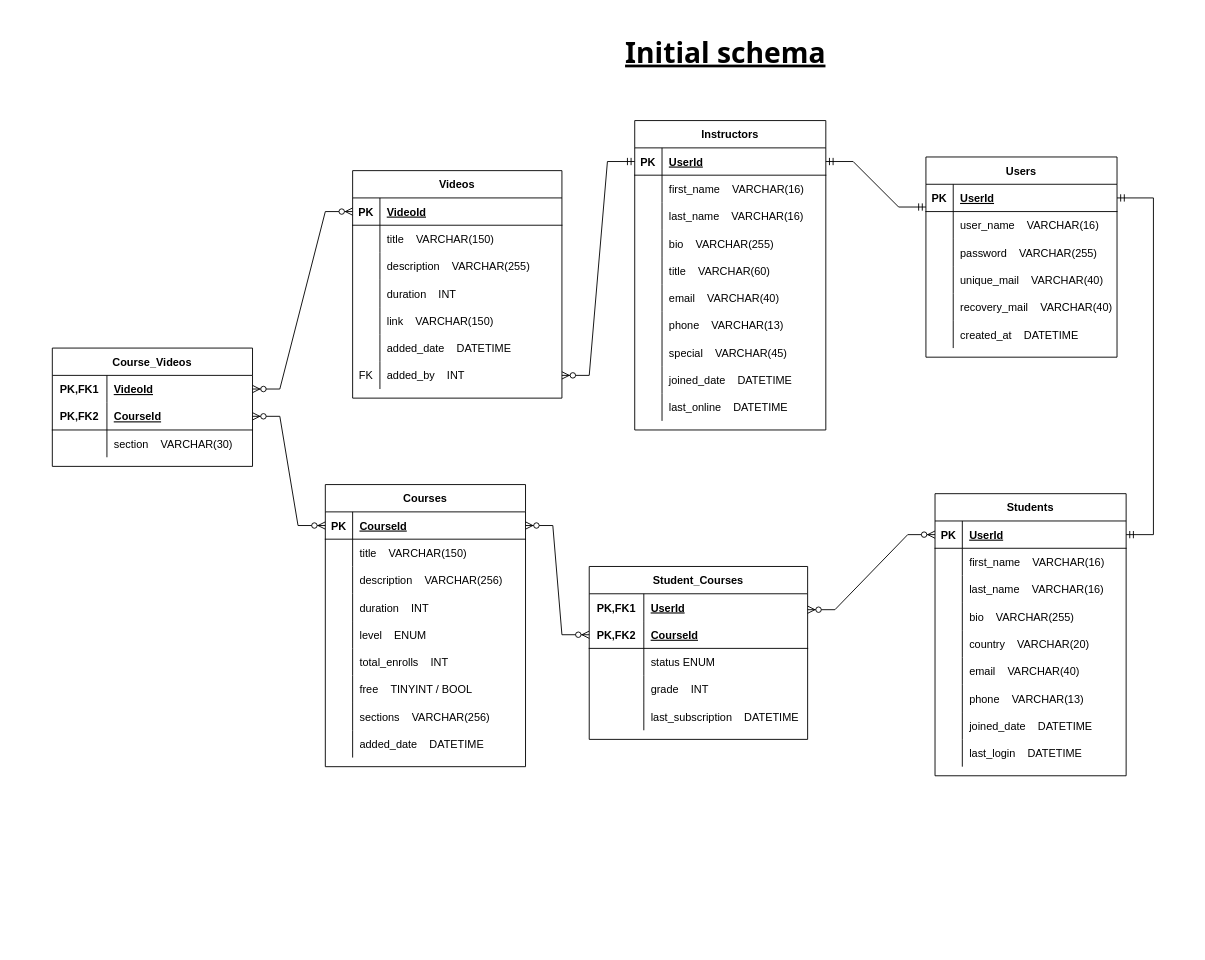
Before: docs/OnlineClassSystem.drawio in Hantanz/OnlineTutoringSystem, a draw.io diagram. Source tidied: cells renumbered, new cells numbered last; positions are measured from the earlier drawing's top-left corner, leaving out a move shared by most shapes. Both pictures are drawn from the tidied source at 91%, with x=0, y=0 at pixel (52, 15).
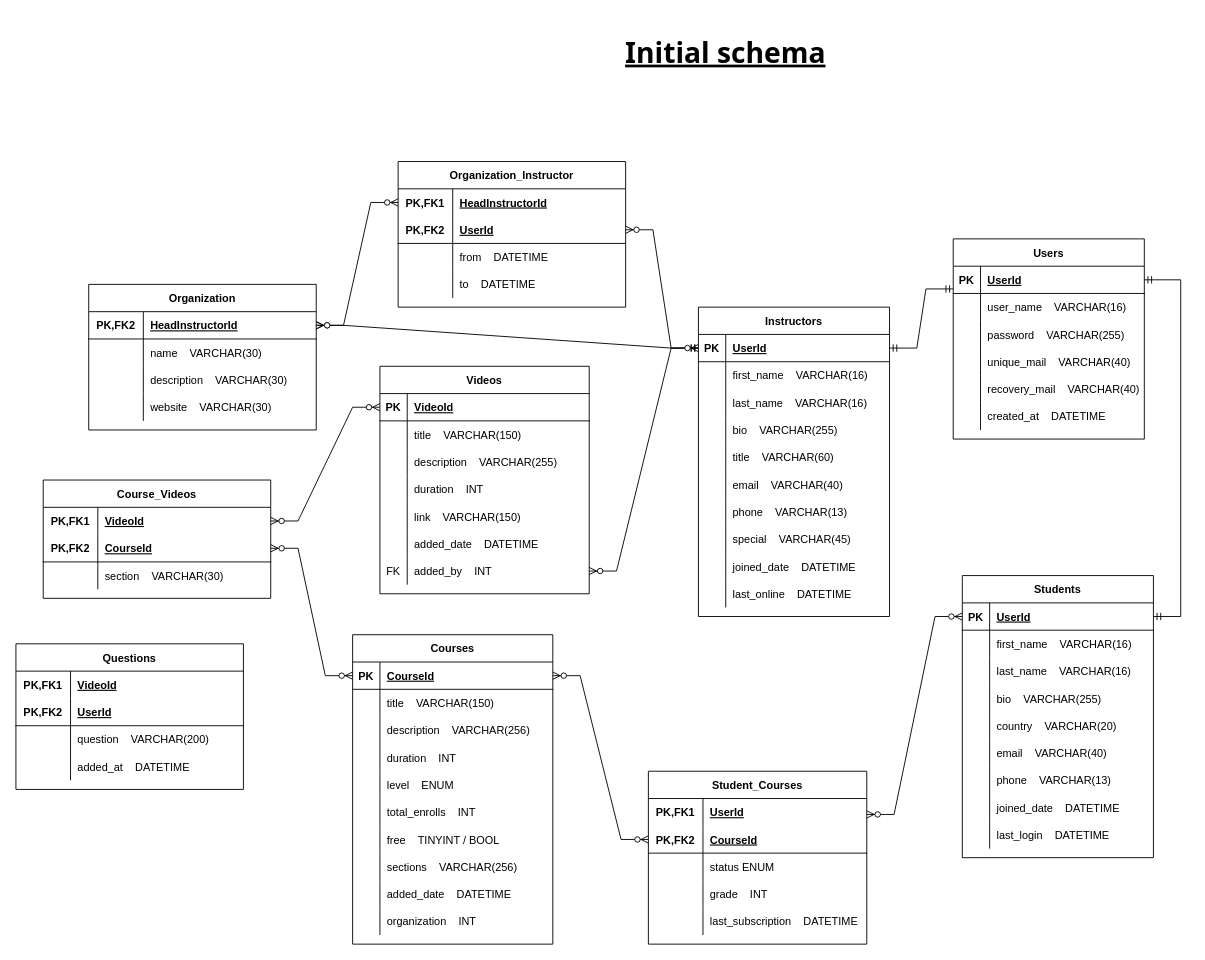
The same page after the edit.

Unchanged cells that the change refers to:
```xml
<mxCell id="3" style="shape=tableRow;horizontal=0;startSize=0;swimlaneHead=0;swimlaneBody=0;fillColor=none;points=[[0,0.5],[1,0.5]];portConstraint=eastwest;top=0;left=0;right=0;bottom=1;" parent="2" vertex="1">
  <mxGeometry y="30" width="210" height="30" as="geometry" />
</mxCell>
<mxCell id="143" style="shape=tableRow;horizontal=0;startSize=0;swimlaneHead=0;swimlaneBody=0;fillColor=none;points=[[0,0.5],[1,0.5]];portConstraint=eastwest;top=0;left=0;right=0;bottom=1;" parent="142" vertex="1">
  <mxGeometry y="30" width="210" height="30" as="geometry" />
</mxCell>
```

Change to the diagram source:
```diff
@@
     <mxCell id="2" value="Instructors" style="shape=table;startSize=30;childLayout=tableLayout;rowLines=0;fontStyle=1;align=center;" parent="1" vertex="1">
-      <mxGeometry x="640" y="115" width="210" height="340" as="geometry" />
+      <mxGeometry x="710" y="320" width="210" height="340" as="geometry" />
     </mxCell>
@@
     <mxCell id="33" value="Students" style="shape=table;startSize=30;childLayout=tableLayout;rowLines=0;fontStyle=1;align=center;" parent="1" vertex="1">
-      <mxGeometry x="970" y="525" width="210" height="310" as="geometry" />
+      <mxGeometry x="1000" y="615" width="210" height="310" as="geometry" />
     </mxCell>
@@
     <mxCell id="61" value="Courses" style="shape=table;startSize=30;childLayout=tableLayout;rowLines=0;fontStyle=1;align=center;" parent="1" vertex="1">
-      <mxGeometry x="300" y="515" width="220" height="310" as="geometry" />
+      <mxGeometry x="330" y="680" width="220" height="340" as="geometry" />
     </mxCell>
@@
+    <mxCell id="164" style="shape=tableRow;horizontal=0;startSize=0;swimlaneHead=0;swimlaneBody=0;fillColor=none;top=0;left=0;right=0;bottom=0;" parent="61" vertex="1">
+      <mxGeometry y="300" width="220" height="30" as="geometry" />
+    </mxCell>
+    <mxCell id="165" style="shape=partialRectangle;fillColor=none;top=0;left=0;bottom=0;right=0;overflow=hidden;" parent="164" vertex="1">
+      <mxGeometry width="30" height="30" as="geometry" />
+    </mxCell>
+    <mxCell id="166" value="organization    INT" style="shape=partialRectangle;fillColor=none;top=0;left=0;bottom=0;right=0;align=left;spacingLeft=6;overflow=hidden;" parent="164" vertex="1">
+      <mxGeometry x="30" width="190" height="30" as="geometry" />
+    </mxCell>
     <mxCell id="89" value="Videos" style="shape=table;startSize=30;childLayout=tableLayout;rowLines=0;fontStyle=1;align=center;" parent="1" vertex="1">
-      <mxGeometry x="330" y="170" width="230" height="250" as="geometry" />
+      <mxGeometry x="360" y="385" width="230" height="250" as="geometry" />
     </mxCell>
@@
     <mxCell id="111" value="Student_Courses" style="shape=table;startSize=30;childLayout=tableLayout;rowLines=0;fontStyle=1;align=center;" parent="1" vertex="1">
-      <mxGeometry x="590" y="605" width="240" height="190" as="geometry" />
+      <mxGeometry x="655" y="830" width="240" height="190" as="geometry" />
     </mxCell>
@@
     <mxCell id="127" value="Course_Videos" style="shape=table;startSize=30;childLayout=tableLayout;rowLines=0;fontStyle=1;align=center;" parent="1" vertex="1">
-      <mxGeometry y="365" width="220" height="130" as="geometry" />
+      <mxGeometry x="-10" y="510" width="250" height="130" as="geometry" />
     </mxCell>
     <mxCell id="128" style="shape=tableRow;horizontal=0;startSize=0;swimlaneHead=0;swimlaneBody=0;fillColor=none;points=[[0,0.5],[1,0.5]];portConstraint=eastwest;top=0;left=0;right=0;bottom=0;" parent="127" vertex="1">
-      <mxGeometry y="30" width="220" height="30" as="geometry" />
+      <mxGeometry y="30" width="250" height="30" as="geometry" />
     </mxCell>
@@
     <mxCell id="130" value="VideoId" style="shape=partialRectangle;fillColor=none;top=0;left=0;bottom=0;right=0;align=left;spacingLeft=6;fontStyle=5;overflow=hidden;" parent="128" vertex="1">
-      <mxGeometry x="60" width="160" height="30" as="geometry" />
+      <mxGeometry x="60" width="190" height="30" as="geometry" />
     </mxCell>
     <mxCell id="131" style="shape=tableRow;horizontal=0;startSize=0;swimlaneHead=0;swimlaneBody=0;fillColor=none;points=[[0,0.5],[1,0.5]];portConstraint=eastwest;top=0;left=0;right=0;bottom=1;" parent="127" vertex="1">
-      <mxGeometry y="60" width="220" height="30" as="geometry" />
+      <mxGeometry y="60" width="250" height="30" as="geometry" />
     </mxCell>
@@
     <mxCell id="133" value="CourseId" style="shape=partialRectangle;fillColor=none;top=0;left=0;bottom=0;right=0;align=left;spacingLeft=6;fontStyle=5;overflow=hidden;" parent="131" vertex="1">
-      <mxGeometry x="60" width="160" height="30" as="geometry" />
+      <mxGeometry x="60" width="190" height="30" as="geometry" />
     </mxCell>
     <mxCell id="134" style="shape=tableRow;horizontal=0;startSize=0;swimlaneHead=0;swimlaneBody=0;fillColor=none;top=0;left=0;right=0;bottom=0;" parent="127" vertex="1">
-      <mxGeometry y="90" width="220" height="30" as="geometry" />
+      <mxGeometry y="90" width="250" height="30" as="geometry" />
     </mxCell>
@@
     <mxCell id="136" value="section    VARCHAR(30)" style="shape=partialRectangle;fillColor=none;top=0;left=0;bottom=0;right=0;align=left;spacingLeft=6;overflow=hidden;" parent="134" vertex="1">
-      <mxGeometry x="60" width="160" height="30" as="geometry" />
+      <mxGeometry x="60" width="190" height="30" as="geometry" />
     </mxCell>
@@
     <mxCell id="142" value="Users" style="shape=table;startSize=30;childLayout=tableLayout;rowLines=0;fontStyle=1;align=center;" parent="1" vertex="1">
-      <mxGeometry x="960" y="155" width="210" height="220" as="geometry" />
+      <mxGeometry x="990" y="245" width="210" height="220" as="geometry" />
     </mxCell>
@@
     <mxCell id="161" style="edgeStyle=entityRelationEdgeStyle;fontSize=12;html=1;endArrow=ERmandOne;startArrow=ERmandOne;rounded=0;entryX=1;entryY=0.5;entryDx=0;entryDy=0;" parent="1" edge="1" target="143">
       <mxGeometry relative="1" as="geometry">
-        <mxPoint x="1180" y="570" as="sourcePoint" />
+        <mxPoint x="1210" y="660" as="sourcePoint" />
       </mxGeometry>
     </mxCell>
@@
+    <mxCell id="167" value="Organization" style="shape=table;startSize=30;childLayout=tableLayout;rowLines=0;fontStyle=1;align=center;" parent="1" vertex="1">
+      <mxGeometry x="40" y="295" width="250" height="160" as="geometry" />
+    </mxCell>
+    <mxCell id="168" style="shape=tableRow;horizontal=0;startSize=0;swimlaneHead=0;swimlaneBody=0;fillColor=none;points=[[0,0.5],[1,0.5]];portConstraint=eastwest;top=0;left=0;right=0;bottom=1;" parent="167" vertex="1">
+      <mxGeometry y="30" width="250" height="30" as="geometry" />
+    </mxCell>
+    <mxCell id="169" value="PK,FK2" style="shape=partialRectangle;fillColor=none;top=0;left=0;bottom=0;right=0;fontStyle=1;overflow=hidden;" parent="168" vertex="1">
+      <mxGeometry width="60" height="30" as="geometry" />
+    </mxCell>
+    <mxCell id="170" value="HeadInstructorId" style="shape=partialRectangle;fillColor=none;top=0;left=0;bottom=0;right=0;align=left;spacingLeft=6;fontStyle=5;overflow=hidden;" parent="168" vertex="1">
+      <mxGeometry x="60" width="190" height="30" as="geometry" />
+    </mxCell>
+    <mxCell id="171" style="shape=tableRow;horizontal=0;startSize=0;swimlaneHead=0;swimlaneBody=0;fillColor=none;top=0;left=0;right=0;bottom=0;" parent="167" vertex="1">
+      <mxGeometry y="60" width="250" height="30" as="geometry" />
+    </mxCell>
+    <mxCell id="172" style="shape=partialRectangle;fillColor=none;top=0;left=0;bottom=0;right=0;overflow=hidden;" parent="171" vertex="1">
+      <mxGeometry width="60" height="30" as="geometry" />
+    </mxCell>
+    <mxCell id="173" value="name    VARCHAR(30)" style="shape=partialRectangle;fillColor=none;top=0;left=0;bottom=0;right=0;align=left;spacingLeft=6;overflow=hidden;" parent="171" vertex="1">
+      <mxGeometry x="60" width="190" height="30" as="geometry" />
+    </mxCell>
+    <mxCell id="174" style="shape=tableRow;horizontal=0;startSize=0;swimlaneHead=0;swimlaneBody=0;fillColor=none;top=0;left=0;right=0;bottom=0;" parent="167" vertex="1">
+      <mxGeometry y="90" width="250" height="30" as="geometry" />
+    </mxCell>
+    <mxCell id="175" style="shape=partialRectangle;fillColor=none;top=0;left=0;bottom=0;right=0;overflow=hidden;" parent="174" vertex="1">
+      <mxGeometry width="60" height="30" as="geometry" />
+    </mxCell>
+    <mxCell id="176" value="description    VARCHAR(30)" style="shape=partialRectangle;fillColor=none;top=0;left=0;bottom=0;right=0;align=left;spacingLeft=6;overflow=hidden;" parent="174" vertex="1">
+      <mxGeometry x="60" width="190" height="30" as="geometry" />
+    </mxCell>
+    <mxCell id="177" style="shape=tableRow;horizontal=0;startSize=0;swimlaneHead=0;swimlaneBody=0;fillColor=none;top=0;left=0;right=0;bottom=0;" parent="167" vertex="1">
+      <mxGeometry y="120" width="250" height="30" as="geometry" />
+    </mxCell>
+    <mxCell id="178" style="shape=partialRectangle;fillColor=none;top=0;left=0;bottom=0;right=0;overflow=hidden;" parent="177" vertex="1">
+      <mxGeometry width="60" height="30" as="geometry" />
+    </mxCell>
+    <mxCell id="179" value="website    VARCHAR(30)" style="shape=partialRectangle;fillColor=none;top=0;left=0;bottom=0;right=0;align=left;spacingLeft=6;overflow=hidden;" parent="177" vertex="1">
+      <mxGeometry x="60" width="190" height="30" as="geometry" />
+    </mxCell>
+    <mxCell id="180" style="edgeStyle=entityRelationEdgeStyle;fontSize=12;html=1;endArrow=ERzeroToMany;startArrow=ERmandOne;rounded=0;entryX=1;entryY=0.5;entryDx=0;entryDy=0;exitX=0;exitY=0.5;exitDx=0;exitDy=0;" parent="1" edge="1" source="3" target="168">
+      <mxGeometry relative="1" as="geometry" />
+    </mxCell>
+    <mxCell id="181" value="Questions" style="shape=table;startSize=30;childLayout=tableLayout;rowLines=0;fontStyle=1;align=center;" parent="1" vertex="1">
+      <mxGeometry x="-40" y="690" width="250" height="160" as="geometry" />
+    </mxCell>
+    <mxCell id="182" style="shape=tableRow;horizontal=0;startSize=0;swimlaneHead=0;swimlaneBody=0;fillColor=none;top=0;left=0;right=0;bottom=0;" parent="181" vertex="1">
+      <mxGeometry y="30" width="250" height="30" as="geometry" />
+    </mxCell>
+    <mxCell id="183" value="PK,FK1" style="shape=partialRectangle;fillColor=none;top=0;left=0;bottom=0;right=0;fontStyle=1;overflow=hidden;" parent="182" vertex="1">
+      <mxGeometry width="60" height="30" as="geometry" />
+    </mxCell>
+    <mxCell id="184" value="VideoId" style="shape=partialRectangle;fillColor=none;top=0;left=0;bottom=0;right=0;align=left;spacingLeft=6;fontStyle=5;overflow=hidden;" parent="182" vertex="1">
+      <mxGeometry x="60" width="190" height="30" as="geometry" />
+    </mxCell>
+    <mxCell id="185" style="shape=tableRow;horizontal=0;startSize=0;swimlaneHead=0;swimlaneBody=0;fillColor=none;top=0;left=0;right=0;bottom=1;" parent="181" vertex="1">
+      <mxGeometry y="60" width="250" height="30" as="geometry" />
+    </mxCell>
+    <mxCell id="186" value="PK,FK2" style="shape=partialRectangle;fillColor=none;top=0;left=0;bottom=0;right=0;fontStyle=1;overflow=hidden;" parent="185" vertex="1">
+      <mxGeometry width="60" height="30" as="geometry" />
+    </mxCell>
+    <mxCell id="187" value="UserId" style="shape=partialRectangle;fillColor=none;top=0;left=0;bottom=0;right=0;align=left;spacingLeft=6;fontStyle=5;overflow=hidden;" parent="185" vertex="1">
+      <mxGeometry x="60" width="190" height="30" as="geometry" />
+    </mxCell>
+    <mxCell id="188" style="shape=tableRow;horizontal=0;startSize=0;swimlaneHead=0;swimlaneBody=0;fillColor=none;top=0;left=0;right=0;bottom=0;" parent="181" vertex="1">
+      <mxGeometry y="90" width="250" height="30" as="geometry" />
+    </mxCell>
+    <mxCell id="189" style="shape=partialRectangle;fillColor=none;top=0;left=0;bottom=0;right=0;overflow=hidden;" parent="188" vertex="1">
+      <mxGeometry width="60" height="30" as="geometry" />
+    </mxCell>
+    <mxCell id="190" value="question    VARCHAR(200)" style="shape=partialRectangle;fillColor=none;top=0;left=0;bottom=0;right=0;align=left;spacingLeft=6;overflow=hidden;" parent="188" vertex="1">
+      <mxGeometry x="60" width="190" height="30" as="geometry" />
+    </mxCell>
+    <mxCell id="191" style="shape=tableRow;horizontal=0;startSize=0;swimlaneHead=0;swimlaneBody=0;fillColor=none;top=0;left=0;right=0;bottom=0;" parent="181" vertex="1">
+      <mxGeometry y="120" width="250" height="30" as="geometry" />
+    </mxCell>
+    <mxCell id="192" style="shape=partialRectangle;fillColor=none;top=0;left=0;bottom=0;right=0;overflow=hidden;" parent="191" vertex="1">
+      <mxGeometry width="60" height="30" as="geometry" />
+    </mxCell>
+    <mxCell id="193" value="added_at    DATETIME" style="shape=partialRectangle;fillColor=none;top=0;left=0;bottom=0;right=0;align=left;spacingLeft=6;overflow=hidden;" parent="191" vertex="1">
+      <mxGeometry x="60" width="190" height="30" as="geometry" />
+    </mxCell>
+    <mxCell id="194" value="Organization_Instructor" style="shape=table;startSize=30;childLayout=tableLayout;rowLines=0;fontStyle=1;align=center;" parent="1" vertex="1">
+      <mxGeometry x="380" y="160" width="250" height="160" as="geometry" />
+    </mxCell>
+    <mxCell id="195" style="shape=tableRow;horizontal=0;startSize=0;swimlaneHead=0;swimlaneBody=0;fillColor=none;points=[[0,0.5],[1,0.5]];portConstraint=eastwest;top=0;left=0;right=0;bottom=0;" parent="194" vertex="1">
+      <mxGeometry y="30" width="250" height="30" as="geometry" />
+    </mxCell>
+    <mxCell id="196" value="PK,FK1" style="shape=partialRectangle;fillColor=none;top=0;left=0;bottom=0;right=0;fontStyle=1;overflow=hidden;" parent="195" vertex="1">
+      <mxGeometry width="60" height="30" as="geometry" />
+    </mxCell>
+    <mxCell id="197" value="HeadInstructorId" style="shape=partialRectangle;fillColor=none;top=0;left=0;bottom=0;right=0;align=left;spacingLeft=6;fontStyle=5;overflow=hidden;" parent="195" vertex="1">
+      <mxGeometry x="60" width="190" height="30" as="geometry" />
+    </mxCell>
+    <mxCell id="198" style="shape=tableRow;horizontal=0;startSize=0;swimlaneHead=0;swimlaneBody=0;fillColor=none;points=[[0,0.5],[1,0.5]];portConstraint=eastwest;top=0;left=0;right=0;bottom=1;" parent="194" vertex="1">
+      <mxGeometry y="60" width="250" height="30" as="geometry" />
+    </mxCell>
+    <mxCell id="199" value="PK,FK2" style="shape=partialRectangle;fillColor=none;top=0;left=0;bottom=0;right=0;fontStyle=1;overflow=hidden;" parent="198" vertex="1">
+      <mxGeometry width="60" height="30" as="geometry" />
+    </mxCell>
+    <mxCell id="200" value="UserId" style="shape=partialRectangle;fillColor=none;top=0;left=0;bottom=0;right=0;align=left;spacingLeft=6;fontStyle=5;overflow=hidden;" parent="198" vertex="1">
+      <mxGeometry x="60" width="190" height="30" as="geometry" />
+    </mxCell>
+    <mxCell id="201" style="shape=tableRow;horizontal=0;startSize=0;swimlaneHead=0;swimlaneBody=0;fillColor=none;top=0;left=0;right=0;bottom=0;" parent="194" vertex="1">
+      <mxGeometry y="90" width="250" height="30" as="geometry" />
+    </mxCell>
+    <mxCell id="202" style="shape=partialRectangle;fillColor=none;top=0;left=0;bottom=0;right=0;overflow=hidden;" parent="201" vertex="1">
+      <mxGeometry width="60" height="30" as="geometry" />
+    </mxCell>
+    <mxCell id="203" value="from    DATETIME" style="shape=partialRectangle;fillColor=none;top=0;left=0;bottom=0;right=0;align=left;spacingLeft=6;overflow=hidden;" parent="201" vertex="1">
+      <mxGeometry x="60" width="190" height="30" as="geometry" />
+    </mxCell>
+    <mxCell id="204" style="shape=tableRow;horizontal=0;startSize=0;swimlaneHead=0;swimlaneBody=0;fillColor=none;top=0;left=0;right=0;bottom=0;" parent="194" vertex="1">
+      <mxGeometry y="120" width="250" height="30" as="geometry" />
+    </mxCell>
+    <mxCell id="205" style="shape=partialRectangle;fillColor=none;top=0;left=0;bottom=0;right=0;overflow=hidden;" parent="204" vertex="1">
+      <mxGeometry width="60" height="30" as="geometry" />
+    </mxCell>
+    <mxCell id="206" value="to    DATETIME" style="shape=partialRectangle;fillColor=none;top=0;left=0;bottom=0;right=0;align=left;spacingLeft=6;overflow=hidden;" parent="204" vertex="1">
+      <mxGeometry x="60" width="190" height="30" as="geometry" />
+    </mxCell>
+    <mxCell id="207" style="edgeStyle=entityRelationEdgeStyle;fontSize=12;html=1;endArrow=ERzeroToMany;endFill=1;startArrow=ERzeroToMany;rounded=0;entryX=0;entryY=0.5;entryDx=0;entryDy=0;exitX=1;exitY=0.5;exitDx=0;exitDy=0;" parent="1" edge="1" source="168" target="195">
+      <mxGeometry relative="1" as="geometry" />
+    </mxCell>
+    <mxCell id="208" style="edgeStyle=entityRelationEdgeStyle;fontSize=12;html=1;endArrow=ERzeroToMany;endFill=1;startArrow=ERzeroToMany;rounded=0;entryX=1;entryY=0.5;entryDx=0;entryDy=0;exitX=0;exitY=0.5;exitDx=0;exitDy=0;" parent="1" edge="1" source="3" target="198">
+      <mxGeometry relative="1" as="geometry" />
+    </mxCell>
```
